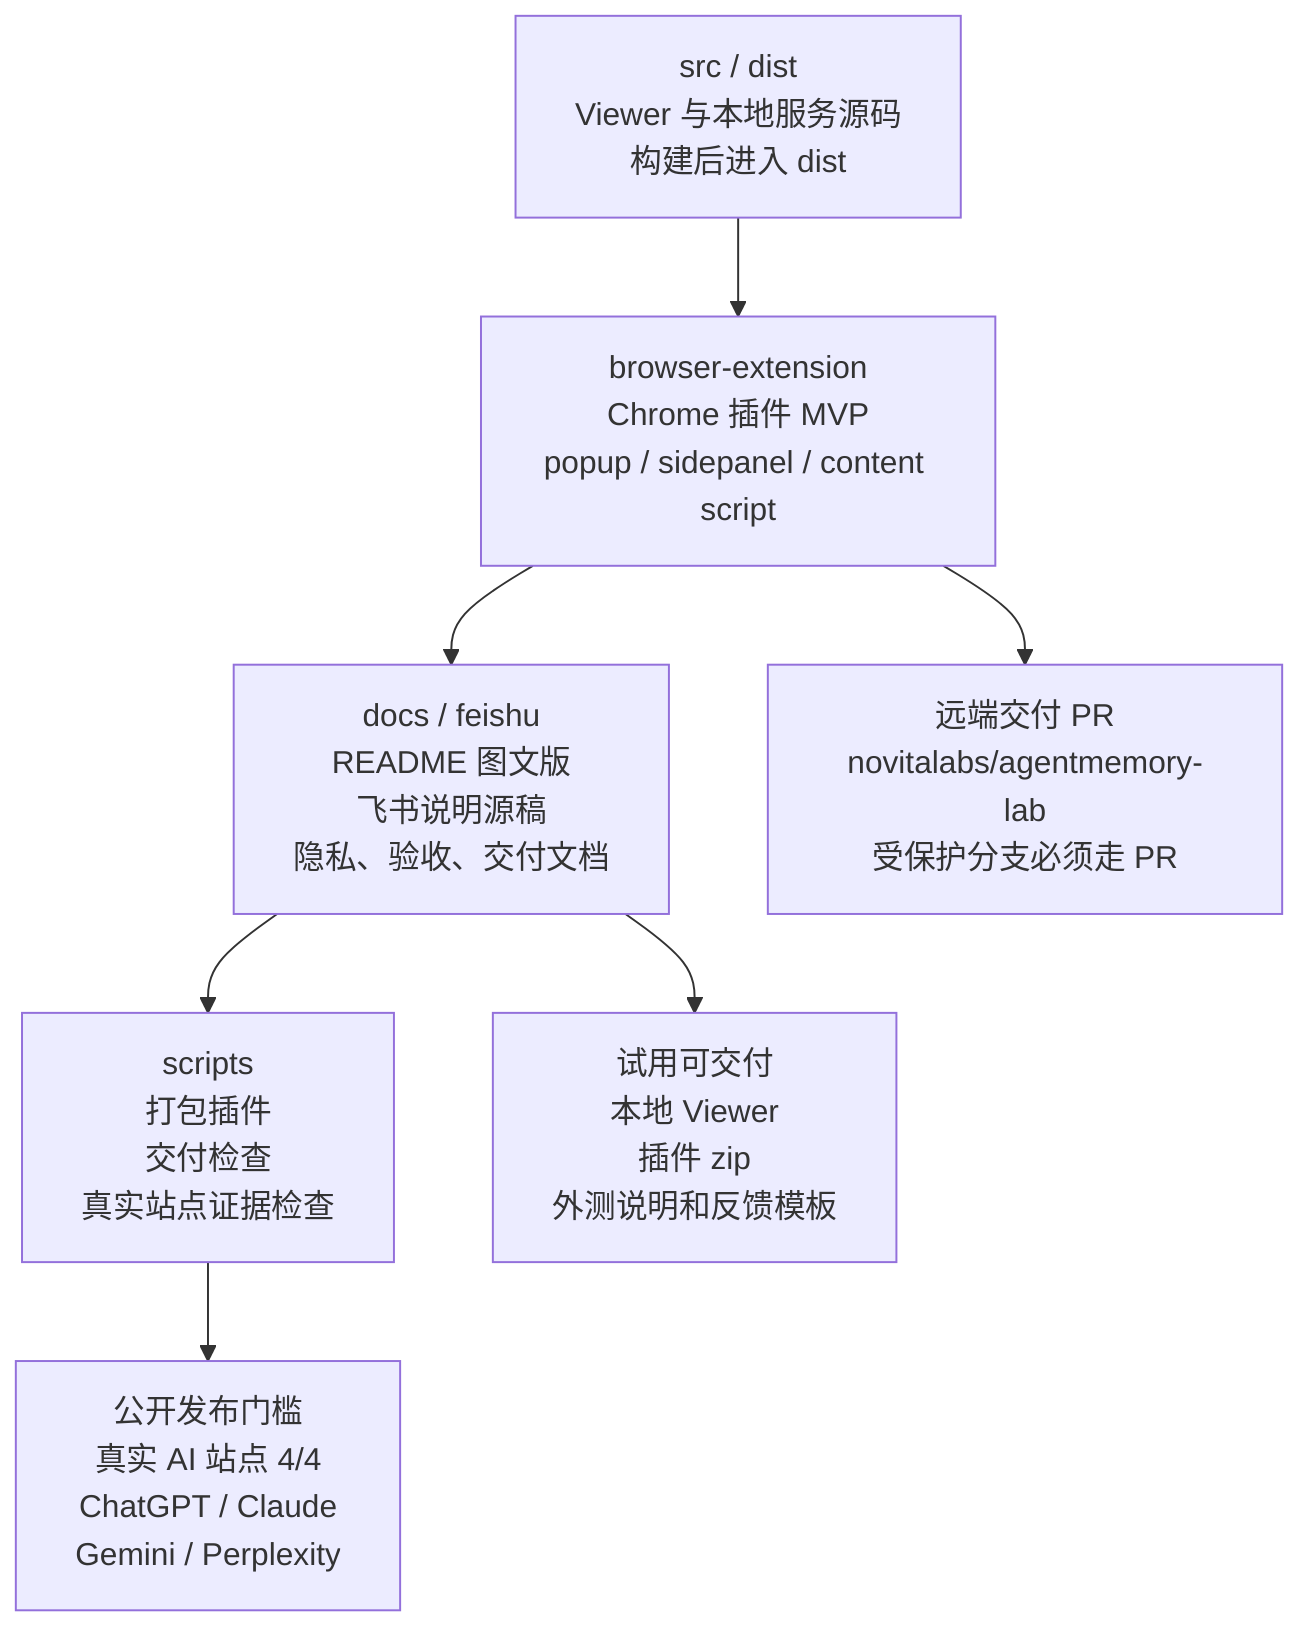
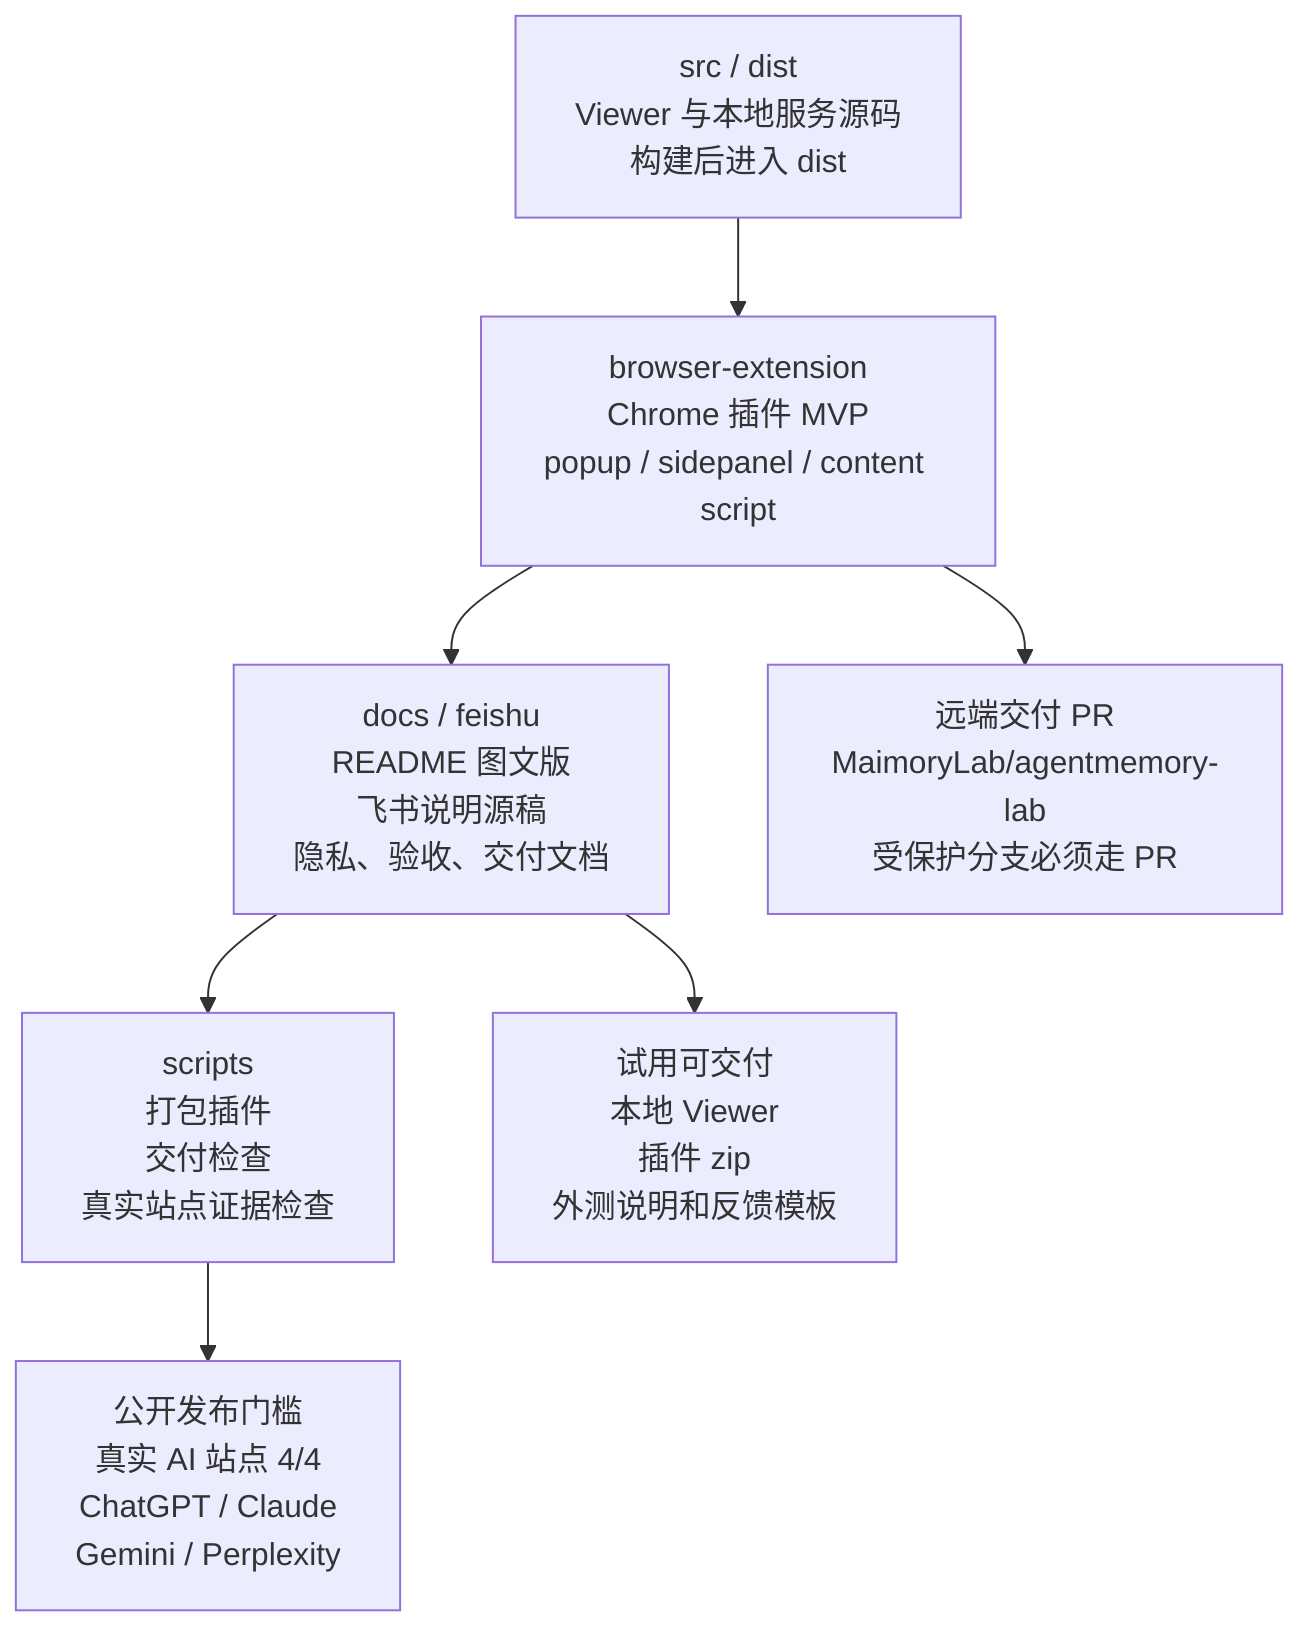
flowchart TB
  A[src / dist<br/>Viewer 与本地服务源码<br/>构建后进入 dist] --> B[browser-extension<br/>Chrome 插件 MVP<br/>popup / sidepanel / content script]
  B --> C[docs / feishu<br/>README 图文版<br/>飞书说明源稿<br/>隐私、验收、交付文档]
  C --> D[scripts<br/>打包插件<br/>交付检查<br/>真实站点证据检查]
-   B --> E[远端交付 PR<br/>novitalabs/agentmemory-lab<br/>受保护分支必须走 PR]
+   B --> E[远端交付 PR<br/>MaimoryLab/agentmemory-lab<br/>受保护分支必须走 PR]
  C --> F[试用可交付<br/>本地 Viewer<br/>插件 zip<br/>外测说明和反馈模板]
  D --> G[公开发布门槛<br/>真实 AI 站点 4/4<br/>ChatGPT / Claude<br/>Gemini / Perplexity]
